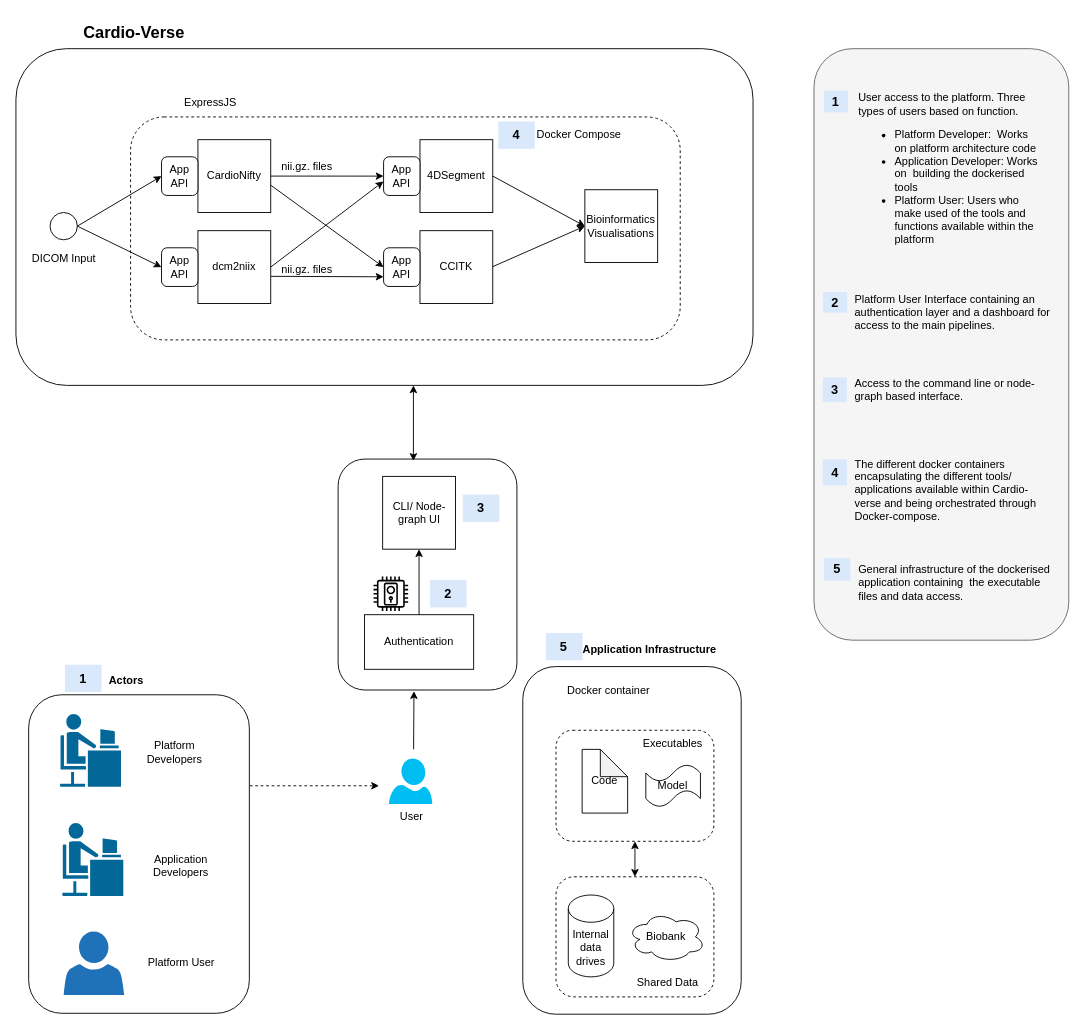
The draw.io diagram cverse_sketch.drawio in DevaSenevi/drawio, before the edit. Source tidied: cells renumbered, new cells numbered last; positions are measured from the earlier drawing's top-left corner, leaving out a move shared by most shapes. Both pictures are drawn from the tidied source at 91%, with x=0, y=0 at pixel (15, 19). Pictures stored in the file or linked from it are replaced by grey dashed boxes.
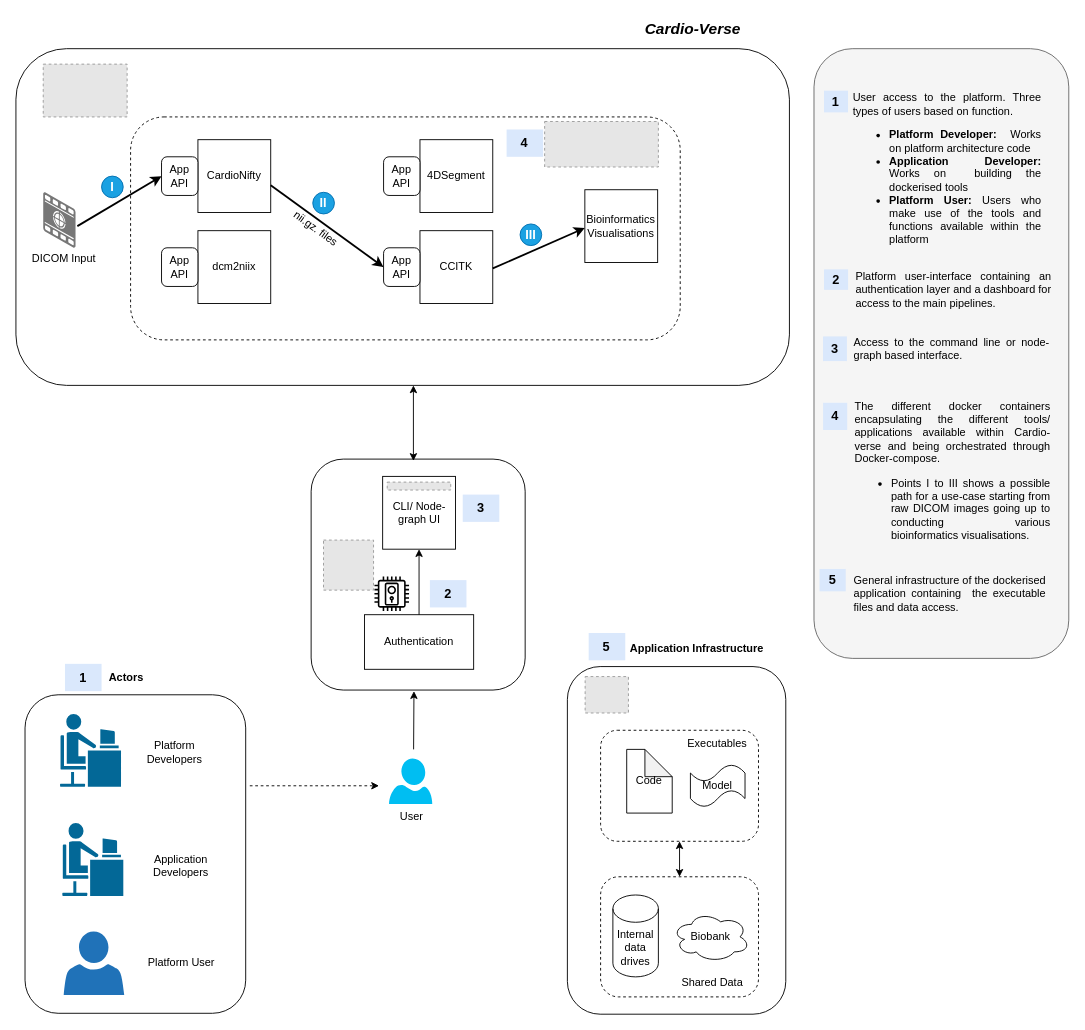
Above is the later version.

Unchanged cells that the change refers to:
```xml
<mxCell id="8" value="4DSegment" style="whiteSpace=wrap;html=1;" parent="1" vertex="1">
  <mxGeometry x="444" y="132" width="80" height="80" as="geometry" />
</mxCell>
<mxCell id="19" value="dcm2niix" style="whiteSpace=wrap;html=1;" parent="1" vertex="1">
  <mxGeometry x="200" y="232" width="80" height="80" as="geometry" />
</mxCell>
<mxCell id="20" value="App API" style="rounded=1;whiteSpace=wrap;html=1;" parent="1" vertex="1">
  <mxGeometry x="404" y="150.8" width="40" height="42.5" as="geometry" />
</mxCell>
<mxCell id="43" value="App API" style="rounded=1;whiteSpace=wrap;html=1;" parent="1" vertex="1">
  <mxGeometry x="404" y="250.8" width="40" height="42.5" as="geometry" />
</mxCell>
<mxCell id="44" value="App API" style="rounded=1;whiteSpace=wrap;html=1;" parent="1" vertex="1">
  <mxGeometry x="160" y="150.8" width="40" height="42.5" as="geometry" />
</mxCell>
<mxCell id="45" value="App API" style="rounded=1;whiteSpace=wrap;html=1;" parent="1" vertex="1">
  <mxGeometry x="160" y="250.8" width="40" height="42.5" as="geometry" />
</mxCell>
<mxCell id="52" value="Bioinformatics Visualisations" style="whiteSpace=wrap;html=1;" parent="1" vertex="1">
  <mxGeometry x="625.2" y="187" width="80" height="80" as="geometry" />
</mxCell>
<mxCell id="71" style="group;" parent="70" vertex="1">
  <mxGeometry width="250" height="60" as="geometry" />
</mxCell>
```

What changed in the source:
```diff
@@
     <mxCell id="2" style="rounded=1;whiteSpace=wrap;html=1;fillColor=none;" parent="1" vertex="1">
-      <mxGeometry x="557" y="711" width="240" height="382" as="geometry" />
+      <mxGeometry x="606" y="711" width="240" height="382" as="geometry" />
     </mxCell>
     <mxCell id="3" style="rounded=1;whiteSpace=wrap;html=1;rotation=-90;fillColor=none;" parent="1" vertex="1">
-      <mxGeometry x="325.4" y="511.6" width="253.8" height="196.5" as="geometry" />
+      <mxGeometry x="315.1" y="492.3" width="253.8" height="235.2" as="geometry" />
     </mxCell>
@@
     <mxCell id="5" style="rounded=1;whiteSpace=wrap;html=1;fillColor=none;" parent="1" vertex="1">
-      <mxGeometry y="32" width="810" height="370" as="geometry" />
+      <mxGeometry y="32" width="850" height="370" as="geometry" />
     </mxCell>
@@
-    <mxCell id="7" style="ellipse;whiteSpace=wrap;html=1;" parent="1" vertex="1">
-      <mxGeometry x="37.5" y="212" width="30" height="30" as="geometry" />
-    </mxCell>
@@
-    <mxCell id="11" value="ExpressJS" style="text;html=1;strokeColor=none;fillColor=none;align=center;verticalAlign=middle;whiteSpace=wrap;rounded=0;dashed=1;" parent="1" vertex="1">
-      <mxGeometry x="155" y="77" width="117.5" height="30" as="geometry" />
-    </mxCell>
-    <mxCell id="12" value="nii.gz. files" style="text;html=1;strokeColor=none;fillColor=none;align=center;verticalAlign=middle;whiteSpace=wrap;rounded=0;" parent="1" vertex="1">
-      <mxGeometry x="290" y="152" width="60" height="20" as="geometry" />
+    <mxCell id="12" value="nii.gz. files" style="text;html=1;strokeColor=none;fillColor=none;align=center;verticalAlign=middle;whiteSpace=wrap;rounded=0;rotation=36;" parent="1" vertex="1">
+      <mxGeometry x="300" y="219.5" width="60" height="20" as="geometry" />
     </mxCell>
@@
-    <mxCell id="15" style="endArrow=classic;html=1;rounded=0;exitX=1;exitY=0.5;exitDx=0;exitDy=0;" parent="1" edge="1" target="20">
-      <mxGeometry relative="1" as="geometry">
-        <mxPoint x="280" y="172" as="sourcePoint" />
-      </mxGeometry>
-    </mxCell>
-    <mxCell id="16" style="endArrow=classic;html=1;rounded=0;exitX=1.001;exitY=0.627;exitDx=0;exitDy=0;exitPerimeter=0;entryX=0;entryY=0.75;entryDx=0;entryDy=0;" parent="1" edge="1" source="19" target="43">
-      <mxGeometry relative="1" as="geometry" />
-    </mxCell>
     <mxCell id="17" style="sketch=0;fontColor=#232F3E;gradientColor=none;fillColor=#000000;strokeColor=none;dashed=0;verticalLabelPosition=bottom;verticalAlign=top;align=center;html=1;fontSize=12;fontStyle=0;shape=mxgraph.aws4.door_lock;" parent="1" vertex="1">
-      <mxGeometry x="393" y="612" width="38" height="38" as="geometry" />
+      <mxGeometry x="394" y="612" width="38" height="38" as="geometry" />
     </mxCell>
@@
-    <mxCell id="21" value="&lt;b&gt;&lt;font style=&quot;font-size: 18px;&quot;&gt;Cardio-Verse&lt;/font&gt;&lt;/b&gt;" style="text;html=1;strokeColor=none;fillColor=none;align=center;verticalAlign=middle;whiteSpace=wrap;rounded=0;" parent="1" vertex="1">
-      <mxGeometry x="50" width="160" height="30" as="geometry" />
-    </mxCell>
-    <mxCell id="22" value="nii.gz. files" style="text;html=1;strokeColor=none;fillColor=none;align=center;verticalAlign=middle;whiteSpace=wrap;rounded=0;" parent="1" vertex="1">
-      <mxGeometry x="290" y="267" width="60" height="15" as="geometry" />
-    </mxCell>
-    <mxCell id="23" style="endArrow=classic;html=1;rounded=0;entryX=0;entryY=0.5;entryDx=0;entryDy=0;exitX=1;exitY=0.5;exitDx=0;exitDy=0;" parent="1" edge="1" source="7" target="44">
-      <mxGeometry relative="1" as="geometry" />
+    <mxCell id="23" style="endArrow=classic;html=1;rounded=0;entryX=0;entryY=0.5;entryDx=0;entryDy=0;exitX=1;exitY=0.5;exitDx=0;exitDy=0;strokeWidth=2;" parent="1" edge="1" target="44">
+      <mxGeometry relative="1" as="geometry">
+        <mxPoint x="67.5" y="227" as="sourcePoint" />
+      </mxGeometry>
     </mxCell>
@@
     <mxCell id="30" value="&lt;b&gt;&lt;font style=&quot;font-size: 14px;&quot;&gt;4&lt;/font&gt;&lt;/b&gt;" style="text;html=1;strokeColor=none;fillColor=#dae8fc;align=center;verticalAlign=middle;whiteSpace=wrap;rounded=0;" parent="1" vertex="1">
-      <mxGeometry x="530" y="112" width="40.2" height="30" as="geometry" />
+      <mxGeometry x="539.2" y="120.8" width="40.2" height="30" as="geometry" />
     </mxCell>
     <mxCell id="31" style="rounded=1;whiteSpace=wrap;html=1;fillColor=none;" parent="1" vertex="1">
-      <mxGeometry x="14" y="742" width="242.5" height="350" as="geometry" />
+      <mxGeometry x="10" y="742" width="242.5" height="350" as="geometry" />
     </mxCell>
     <mxCell id="32" value="&lt;b&gt;Actors&lt;/b&gt;" style="text;html=1;strokeColor=none;fillColor=none;align=center;verticalAlign=middle;whiteSpace=wrap;rounded=0;" parent="1" vertex="1">
-      <mxGeometry x="94" y="712" width="55" height="30" as="geometry" />
+      <mxGeometry x="94" y="708" width="55" height="30" as="geometry" />
     </mxCell>
@@
     <mxCell id="42" value="&lt;b&gt;&lt;font style=&quot;font-size: 14px;&quot;&gt;1&lt;/font&gt;&lt;/b&gt;" style="text;html=1;strokeColor=none;fillColor=#dae8fc;align=center;verticalAlign=middle;whiteSpace=wrap;rounded=0;" parent="1" vertex="1">
-      <mxGeometry x="53.9" y="709" width="40.2" height="30" as="geometry" />
+      <mxGeometry x="53.9" y="708" width="40.2" height="30" as="geometry" />
     </mxCell>
@@
-    <mxCell id="47" style="endArrow=classic;html=1;rounded=0;exitX=1;exitY=0.5;exitDx=0;exitDy=0;entryX=0;entryY=0.5;entryDx=0;entryDy=0;" parent="1" edge="1" target="52">
+    <mxCell id="47" style="endArrow=classic;html=1;rounded=0;exitX=1;exitY=0.5;exitDx=0;exitDy=0;entryX=0;entryY=0.5;entryDx=0;entryDy=0;strokeWidth=2;" parent="1" edge="1">
       <mxGeometry relative="1" as="geometry">
-        <mxPoint x="524" y="271.5" as="sourcePoint" />
+        <mxPoint x="524" y="273.5" as="sourcePoint" />
+        <mxPoint x="625.2" y="229" as="targetPoint" />
       </mxGeometry>
     </mxCell>
-    <mxCell id="48" style="endArrow=classic;html=1;rounded=0;exitX=1;exitY=0.5;exitDx=0;exitDy=0;entryX=0;entryY=0.5;entryDx=0;entryDy=0;" parent="1" edge="1" target="43">
+    <mxCell id="48" style="endArrow=classic;html=1;rounded=0;exitX=1;exitY=0.5;exitDx=0;exitDy=0;entryX=0;entryY=0.5;entryDx=0;entryDy=0;strokeWidth=2;" parent="1" edge="1" target="43">
       <mxGeometry relative="1" as="geometry">
         <mxPoint x="280" y="182" as="sourcePoint" />
       </mxGeometry>
     </mxCell>
-    <mxCell id="49" style="endArrow=classic;html=1;rounded=0;entryX=-0.004;entryY=0.638;entryDx=0;entryDy=0;exitX=1;exitY=0.5;exitDx=0;exitDy=0;entryPerimeter=0;" parent="1" edge="1" source="19" target="20">
-      <mxGeometry relative="1" as="geometry" />
-    </mxCell>
-    <mxCell id="50" style="endArrow=classic;html=1;rounded=0;entryX=0;entryY=0.5;entryDx=0;entryDy=0;exitX=1;exitY=0.5;exitDx=0;exitDy=0;" parent="1" edge="1" source="7" target="45">
-      <mxGeometry relative="1" as="geometry" />
-    </mxCell>
-    <mxCell id="51" value="Docker Compose" style="text;html=1;strokeColor=none;fillColor=none;align=center;verticalAlign=middle;whiteSpace=wrap;rounded=0;dashed=1;" parent="1" vertex="1">
-      <mxGeometry x="560" y="112" width="117.5" height="30" as="geometry" />
-    </mxCell>
@@
-    <mxCell id="53" style="endArrow=classic;html=1;rounded=0;exitX=1;exitY=0.5;exitDx=0;exitDy=0;entryX=0;entryY=0.5;entryDx=0;entryDy=0;" parent="1" edge="1" source="8" target="52">
-      <mxGeometry relative="1" as="geometry" />
-    </mxCell>
@@
     <mxCell id="56" style="rounded=1;whiteSpace=wrap;html=1;dashed=1;fillColor=none;" parent="1" vertex="1">
-      <mxGeometry x="593.5" y="942" width="173.5" height="132" as="geometry" />
+      <mxGeometry x="642.5" y="942" width="173.5" height="132" as="geometry" />
     </mxCell>
     <mxCell id="57" style="rounded=1;whiteSpace=wrap;html=1;fillColor=none;dashed=1;" parent="1" vertex="1">
-      <mxGeometry x="593.5" y="781" width="173.5" height="122" as="geometry" />
+      <mxGeometry x="642.5" y="781" width="173.5" height="122" as="geometry" />
     </mxCell>
-    <mxCell id="58" value="Docker container" style="text;html=1;strokeColor=none;fillColor=none;align=center;verticalAlign=middle;whiteSpace=wrap;rounded=0;" parent="1" vertex="1">
-      <mxGeometry x="594.5" y="723" width="112.5" height="30" as="geometry" />
-    </mxCell>
     <mxCell id="59" value="Biobank" style="ellipse;shape=cloud;whiteSpace=wrap;html=1;fillColor=none;" parent="1" vertex="1">
-      <mxGeometry x="672.2" y="980.5" width="85.2" height="55" as="geometry" />
+      <mxGeometry x="721.2" y="980.5" width="85.2" height="55" as="geometry" />
     </mxCell>
     <mxCell id="60" value="&lt;font style=&quot;font-size: 12px;&quot;&gt;Internal data &lt;br&gt;drives&lt;/font&gt;" style="shape=cylinder3;whiteSpace=wrap;html=1;boundedLbl=1;backgroundOutline=1;size=15;fillColor=none;" parent="1" vertex="1">
-      <mxGeometry x="607" y="962" width="50" height="90" as="geometry" />
+      <mxGeometry x="656" y="962" width="50" height="90" as="geometry" />
     </mxCell>
     <mxCell id="61" value="Code" style="shape=note;whiteSpace=wrap;html=1;backgroundOutline=1;darkOpacity=0.05;fillColor=none;" parent="1" vertex="1">
-      <mxGeometry x="622.2" y="802" width="50" height="70" as="geometry" />
+      <mxGeometry x="671.2" y="802" width="50" height="70" as="geometry" />
     </mxCell>
     <mxCell id="62" value="&lt;b&gt;Application Infrastructure&lt;/b&gt;" style="text;html=1;strokeColor=none;fillColor=none;align=center;verticalAlign=middle;whiteSpace=wrap;rounded=0;dashed=1;" parent="1" vertex="1">
-      <mxGeometry x="615.1" y="678.1" width="163" height="30" as="geometry" />
+      <mxGeometry x="667.1" y="676.1" width="163" height="30" as="geometry" />
     </mxCell>
@@
     <mxCell id="64" value="Shared Data" style="text;html=1;strokeColor=none;fillColor=none;align=center;verticalAlign=middle;whiteSpace=wrap;rounded=0;dashed=1;" parent="1" vertex="1">
-      <mxGeometry x="675" y="1044" width="82.5" height="30" as="geometry" />
+      <mxGeometry x="724" y="1044" width="82.5" height="30" as="geometry" />
     </mxCell>
     <mxCell id="65" value="Executables" style="text;html=1;strokeColor=none;fillColor=none;align=center;verticalAlign=middle;whiteSpace=wrap;rounded=0;dashed=1;" parent="1" vertex="1">
-      <mxGeometry x="692.2" y="781" width="60" height="30" as="geometry" />
+      <mxGeometry x="741.2" y="781" width="60" height="30" as="geometry" />
     </mxCell>
     <mxCell id="66" value="Model" style="shape=tape;whiteSpace=wrap;html=1;fillColor=none;" parent="1" vertex="1">
-      <mxGeometry x="692.2" y="818.6" width="60" height="46.8" as="geometry" />
+      <mxGeometry x="741.2" y="818.6" width="60" height="46.8" as="geometry" />
     </mxCell>
     <mxCell id="67" value="&lt;span style=&quot;font-size: 14px;&quot;&gt;&lt;b&gt;5&lt;/b&gt;&lt;/span&gt;" style="text;html=1;strokeColor=none;fillColor=#dae8fc;align=center;verticalAlign=middle;whiteSpace=wrap;rounded=0;" parent="1" vertex="1">
-      <mxGeometry x="582.4" y="674.1" width="40.2" height="30" as="geometry" />
+      <mxGeometry x="629.4" y="674.1" width="40.2" height="30" as="geometry" />
     </mxCell>
-    <mxCell id="68" style="group;" parent="1" vertex="1">
-      <mxGeometry x="877" y="32" width="280" height="650" as="geometry" />
-    </mxCell>
+    <mxCell id="86" style="fillColor=#E6E6E6;strokeColor=#999999;dashed=1;verticalLabelPosition=bottom;labelBackgroundColor=default;verticalAlign=top;" parent="1" vertex="1">
+      <mxGeometry x="30" y="49" width="92.2" height="58" as="geometry" />
+    </mxCell>
+    <mxCell id="87" style="fillColor=#E6E6E6;strokeColor=#999999;dashed=1;verticalLabelPosition=bottom;labelBackgroundColor=default;verticalAlign=top;" parent="1" vertex="1">
+      <mxGeometry x="338" y="572" width="55" height="55" as="geometry" />
+    </mxCell>
+    <mxCell id="88" style="fillColor=#E6E6E6;strokeColor=#999999;dashed=1;verticalLabelPosition=bottom;labelBackgroundColor=default;verticalAlign=top;" parent="1" vertex="1">
+      <mxGeometry x="408" y="508.3" width="69.8" height="8.7" as="geometry" />
+    </mxCell>
+    <mxCell id="89" style="verticalLabelPosition=bottom;html=1;verticalAlign=top;strokeWidth=1;align=center;dashed=0;shape=mxgraph.aws3d.image;strokeColor=none;fillColor=#777777;" parent="1" vertex="1">
+      <mxGeometry x="30" y="189.8" width="35.5" height="61" as="geometry" />
+    </mxCell>
+    <mxCell id="90" value="&lt;b&gt;&lt;font style=&quot;font-size: 14px;&quot;&gt;III&lt;/font&gt;&lt;/b&gt;" style="ellipse;whiteSpace=wrap;html=1;fillColor=#1ba1e2;strokeColor=#006EAF;fontColor=#ffffff;" parent="1" vertex="1">
+      <mxGeometry x="554" y="224.6" width="23.8" height="23.8" as="geometry" />
+    </mxCell>
+    <mxCell id="91" value="&lt;b&gt;&lt;font style=&quot;font-size: 14px;&quot;&gt;I&lt;/font&gt;&lt;/b&gt;" style="ellipse;whiteSpace=wrap;html=1;fillColor=#1ba1e2;strokeColor=#006EAF;fontColor=#ffffff;" parent="1" vertex="1">
+      <mxGeometry x="94.1" y="172" width="23.8" height="23.8" as="geometry" />
+    </mxCell>
+    <mxCell id="92" value="&lt;b&gt;&lt;font style=&quot;font-size: 14px;&quot;&gt;II&lt;/font&gt;&lt;/b&gt;" style="ellipse;whiteSpace=wrap;html=1;fillColor=#1ba1e2;strokeColor=#006EAF;fontColor=#ffffff;" parent="1" vertex="1">
+      <mxGeometry x="326.2" y="189.8" width="23.8" height="23.8" as="geometry" />
+    </mxCell>
-    <mxCell id="69" style="rounded=1;whiteSpace=wrap;html=1;fillColor=#f5f5f5;fontColor=#333333;strokeColor=#666666;" parent="68" vertex="1">
-      <mxGeometry width="280" height="650" as="geometry" />
+    <mxCell id="69" style="rounded=1;whiteSpace=wrap;html=1;fillColor=#f5f5f5;fontColor=#333333;strokeColor=#666666;" parent="1" vertex="1">
+      <mxGeometry x="877" y="32" width="280" height="670" as="geometry" />
     </mxCell>
-    <mxCell id="70" style="group;" parent="68" vertex="1">
-      <mxGeometry x="10" y="260" width="250" height="60" as="geometry" />
+    <mxCell id="70" style="group;" parent="1" vertex="1">
+      <mxGeometry x="888" y="267" width="250" height="60" as="geometry" />
     </mxCell>
@@
-    <mxCell id="72" value="Platform User Interface containing an authentication layer and a dashboard for access to the main pipelines.&amp;nbsp;" style="text;html=1;strokeColor=none;fillColor=none;align=left;verticalAlign=middle;whiteSpace=wrap;rounded=0;" parent="71" vertex="1">
+    <mxCell id="72" value="&lt;div style=&quot;text-align: justify;&quot;&gt;&lt;span style=&quot;background-color: initial;&quot;&gt;Platform user-interface containing an authentication layer and a dashboard for access to the main pipelines.&amp;nbsp;&lt;/span&gt;&lt;/div&gt;" style="text;html=1;strokeColor=none;fillColor=none;align=left;verticalAlign=middle;whiteSpace=wrap;rounded=0;" parent="71" vertex="1">
       <mxGeometry x="32.9" width="217.1" height="60" as="geometry" />
     </mxCell>
@@
-    <mxCell id="74" style="group;" parent="68" vertex="1">
-      <mxGeometry x="9.7" y="440" width="250" height="90" as="geometry" />
-    </mxCell>
-    <mxCell id="75" value="The different docker containers encapsulating the different tools/ applications available within Cardio-verse and being orchestrated through Docker-compose." style="text;html=1;strokeColor=none;fillColor=none;align=left;verticalAlign=middle;whiteSpace=wrap;rounded=0;" parent="74" vertex="1">
-      <mxGeometry x="32.9" width="217.1" height="90" as="geometry" />
-    </mxCell>
-    <mxCell id="76" value="&lt;b&gt;&lt;font style=&quot;font-size: 14px;&quot;&gt;4&lt;/font&gt;&lt;/b&gt;" style="text;html=1;strokeColor=none;fillColor=#dae8fc;align=center;verticalAlign=middle;whiteSpace=wrap;rounded=0;" parent="74" vertex="1">
-      <mxGeometry y="11.2" width="26.5" height="28.8" as="geometry" />
-    </mxCell>
-    <mxCell id="77" style="group;" parent="68" vertex="1">
-      <mxGeometry x="11" y="46.1" width="239" height="183.9" as="geometry" />
+    <mxCell id="77" style="group;" parent="1" vertex="1">
+      <mxGeometry x="888" y="78.1" width="239" height="183.9" as="geometry" />
     </mxCell>
-    <mxCell id="78" value="User access to the platform. Three types of users based on function. &lt;br&gt;&lt;ul&gt;&lt;li&gt;Platform Developer:&amp;nbsp; Works on platform architecture code&lt;/li&gt;&lt;li&gt;Application Developer: Works on&amp;nbsp; building the dockerised tools&lt;/li&gt;&lt;li&gt;Platform User: Users who make used of the tools and functions available within the platform&lt;/li&gt;&lt;/ul&gt;" style="text;html=1;strokeColor=none;fillColor=none;align=left;verticalAlign=middle;whiteSpace=wrap;rounded=0;" parent="77" vertex="1">
-      <mxGeometry x="35.9" width="203.1" height="183.9" as="geometry" />
+    <mxCell id="78" value="&lt;div style=&quot;text-align: justify;&quot;&gt;&lt;span style=&quot;background-color: initial;&quot;&gt;User access to the platform. Three types of users based on function.&lt;/span&gt;&lt;/div&gt;&lt;ul&gt;&lt;li style=&quot;text-align: justify;&quot;&gt;&lt;b&gt;Platform Developer:&amp;nbsp;&lt;/b&gt; Works on platform architecture code&lt;/li&gt;&lt;li style=&quot;text-align: justify;&quot;&gt;&lt;b&gt;Application Developer: &lt;/b&gt;Works on&amp;nbsp; building the dockerised tools&lt;/li&gt;&lt;li style=&quot;text-align: justify;&quot;&gt;&lt;b&gt;Platform User:&lt;/b&gt; Users who make use of the tools and functions available within the platform&lt;/li&gt;&lt;/ul&gt;" style="text;html=1;strokeColor=none;fillColor=none;align=left;verticalAlign=middle;whiteSpace=wrap;rounded=0;" parent="77" vertex="1">
+      <mxGeometry x="30" width="209" height="183.9" as="geometry" />
     </mxCell>
@@
-    <mxCell id="80" style="group;" parent="68" vertex="1">
-      <mxGeometry x="9.7" y="355" width="250.1" height="40" as="geometry" />
+    <mxCell id="80" style="group;" parent="1" vertex="1">
+      <mxGeometry x="886.9" y="342" width="250.1" height="40" as="geometry" />
     </mxCell>
-    <mxCell id="81" value="Access to the command line or node-graph based interface.&amp;nbsp;&amp;nbsp;" style="text;html=1;strokeColor=none;fillColor=none;align=left;verticalAlign=middle;whiteSpace=wrap;rounded=0;" parent="80" vertex="1">
+    <mxCell id="81" value="&lt;div style=&quot;text-align: justify;&quot;&gt;&lt;span style=&quot;background-color: initial;&quot;&gt;Access to the command line or node-graph based interface.&amp;nbsp;&amp;nbsp;&lt;/span&gt;&lt;/div&gt;" style="text;html=1;strokeColor=none;fillColor=none;align=center;verticalAlign=middle;whiteSpace=wrap;rounded=0;" parent="80" vertex="1">
       <mxGeometry x="32.9" width="217.2" height="40" as="geometry" />
     </mxCell>
@@
-    <mxCell id="83" style="group;" parent="68" vertex="1">
-      <mxGeometry x="11.2" y="560" width="248.8" height="54.5" as="geometry" />
+    <mxCell id="83" style="group;" parent="1" vertex="1">
+      <mxGeometry x="883.1" y="603.7" width="248.8" height="54.5" as="geometry" />
     </mxCell>
-    <mxCell id="84" value="General infrastructure of the dockerised application containing&amp;nbsp; the executable files and data access." style="text;html=1;strokeColor=none;fillColor=none;align=left;verticalAlign=middle;whiteSpace=wrap;rounded=0;" parent="83" vertex="1">
+    <mxCell id="84" value="&lt;div style=&quot;text-align: justify;&quot;&gt;&lt;span style=&quot;background-color: initial;&quot;&gt;General infrastructure of the dockerised application containing&amp;nbsp; the executable files and data access.&lt;/span&gt;&lt;/div&gt;" style="text;html=1;strokeColor=none;fillColor=none;align=left;verticalAlign=middle;whiteSpace=wrap;rounded=0;" parent="83" vertex="1">
       <mxGeometry x="35.7" width="213.1" height="54.5" as="geometry" />
     </mxCell>
@@
+    <mxCell id="93" style="group;" parent="1" vertex="1">
+      <mxGeometry x="887" y="421" width="250" height="161" as="geometry" />
+    </mxCell>
+    <mxCell id="75" value="&lt;div style=&quot;text-align: justify;&quot;&gt;&lt;span style=&quot;background-color: initial;&quot;&gt;The different docker containers encapsulating the different tools/ applications available within Cardio-verse and being orchestrated through Docker-compose.&amp;nbsp;&lt;/span&gt;&lt;/div&gt;&lt;ul&gt;&lt;li style=&quot;text-align: justify;&quot;&gt;Points I to III shows a possible path for a use-case starting from raw DICOM images going up to conducting various bioinformatics visualisations.&lt;span style=&quot;white-space: pre;&quot;&gt; &lt;/span&gt;&lt;/li&gt;&lt;/ul&gt;" style="text;html=1;strokeColor=none;fillColor=none;align=left;verticalAlign=middle;whiteSpace=wrap;rounded=0;" parent="93" vertex="1">
+      <mxGeometry x="32.9" width="217.1" height="161" as="geometry" />
+    </mxCell>
+    <mxCell id="76" value="&lt;b&gt;&lt;font style=&quot;font-size: 14px;&quot;&gt;4&lt;/font&gt;&lt;/b&gt;" style="text;html=1;strokeColor=none;fillColor=#dae8fc;align=center;verticalAlign=middle;whiteSpace=wrap;rounded=0;" parent="93" vertex="1">
+      <mxGeometry y="0.1" width="26.5" height="29.9" as="geometry" />
+    </mxCell>
+    <mxCell id="94" style="fillColor=#E6E6E6;strokeColor=#999999;dashed=1;verticalLabelPosition=bottom;labelBackgroundColor=default;verticalAlign=top;" parent="1" vertex="1">
+      <mxGeometry x="625.5" y="722" width="47.6" height="40" as="geometry" />
+    </mxCell>
+    <mxCell id="95" style="fillColor=#E6E6E6;strokeColor=#999999;dashed=1;verticalLabelPosition=bottom;labelBackgroundColor=default;verticalAlign=top;" parent="1" vertex="1">
+      <mxGeometry x="581" y="112" width="125" height="50" as="geometry" />
+    </mxCell>
+    <mxCell id="21" value="Cardio-Verse" style="text;html=1;strokeColor=none;fillColor=none;align=center;verticalAlign=middle;whiteSpace=wrap;rounded=0;fontSize=17;fontStyle=3;" parent="1" vertex="1">
+      <mxGeometry x="672.2" y="-4" width="143.8" height="30" as="geometry" />
+    </mxCell>
```
